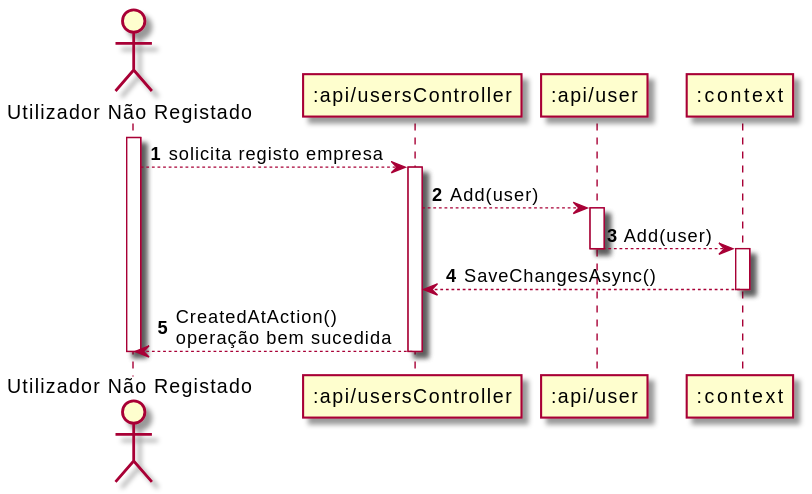
Above: Documentos/Sprint2/UC1/UC1-SD.svg in UPskillDOTNET/Jakim-das-Coives-S.A. (PlantUML), before the change.
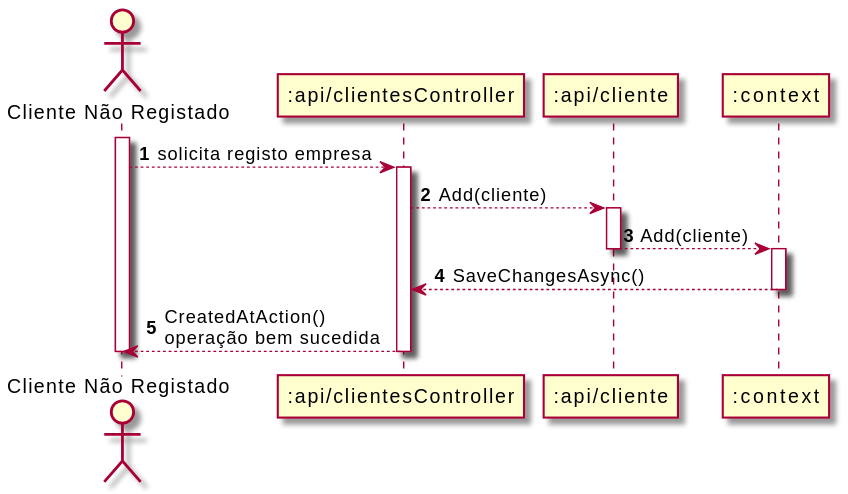
The same diagram one commit later.

What changed in the source:
```diff
@@ -1,19 +1,19 @@
 @startuml
 autonumber
-actor "Utilizador Não Registado" as UNR
-participant ":api/usersController" as UC
-participant ":api/user" as U
+actor "Cliente Não Registado" as UNR
+participant ":api/clientesController" as UC
+participant ":api/cliente" as U
 participant ":context" as C
 
 activate UNR
 UNR --> UC : solicita registo empresa
 activate UC
 
-UC --> U : Add(user)
+UC --> U : Add(cliente)
 activate U
 
 
-U --> C : Add(user)
+U --> C : Add(cliente)
 deactivate U
 activate C
 
```
